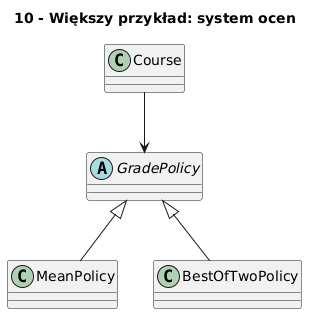
This is src/_04-classes/10-large-example-inheritance-polymorphism/diagrams/topic_10.png from tborzyszkowski/python-programming, a PlantUML export, as it was before one commit.
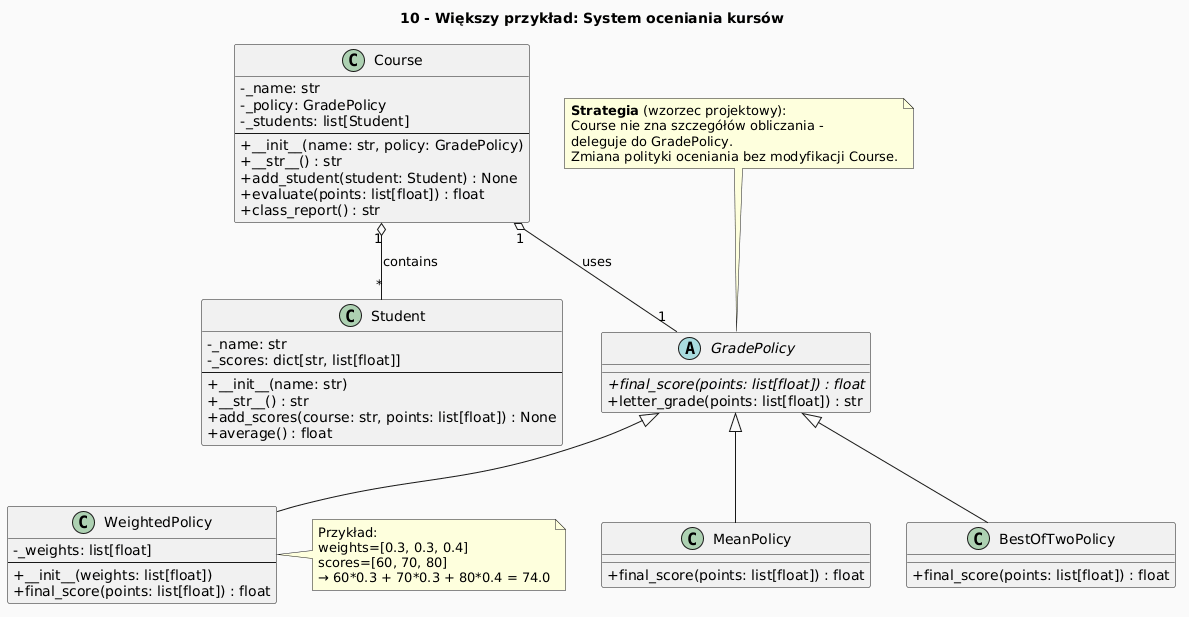
Above is the later version.

What changed in the source:
```diff
@@ -1,11 +1,67 @@
 @startuml
 skinparam classAttributeIconSize 0
-        title 10 - Większy przykład: system ocen
-        abstract class GradePolicy
-class MeanPolicy
-class BestOfTwoPolicy
-class Course
+skinparam backgroundColor #FAFAFA
+title 10 - Większy przykład: System oceniania kursów
+
+abstract class GradePolicy {
+  + {abstract} final_score(points: list[float]) : float
+  + letter_grade(points: list[float]) : str
+}
+
+class MeanPolicy {
+  + final_score(points: list[float]) : float
+}
+
+class BestOfTwoPolicy {
+  + final_score(points: list[float]) : float
+}
+
+class WeightedPolicy {
+  - _weights: list[float]
+  --
+  + __init__(weights: list[float])
+  + final_score(points: list[float]) : float
+}
+
+class Course {
+  - _name: str
+  - _policy: GradePolicy
+  - _students: list[Student]
+  --
+  + __init__(name: str, policy: GradePolicy)
+  + __str__() : str
+  + add_student(student: Student) : None
+  + evaluate(points: list[float]) : float
+  + class_report() : str
+}
+
+class Student {
+  - _name: str
+  - _scores: dict[str, list[float]]
+  --
+  + __init__(name: str)
+  + __str__() : str
+  + add_scores(course: str, points: list[float]) : None
+  + average() : float
+}
+
 GradePolicy <|-- MeanPolicy
 GradePolicy <|-- BestOfTwoPolicy
-Course --> GradePolicy
+GradePolicy <|-- WeightedPolicy
+Course "1" o-- "1" GradePolicy : uses
+Course "1" o-- "*" Student     : contains
+
+note top of GradePolicy
+  **Strategia** (wzorzec projektowy):
+  Course nie zna szczegółów obliczania -
+  deleguje do GradePolicy.
+  Zmiana polityki oceniania bez modyfikacji Course.
+end note
+
+note right of WeightedPolicy
+  Przykład:
+  weights=[0.3, 0.3, 0.4]
+  scores=[60, 70, 80]
+  → 60*0.3 + 70*0.3 + 80*0.4 = 74.0
+end note
 @enduml
```
